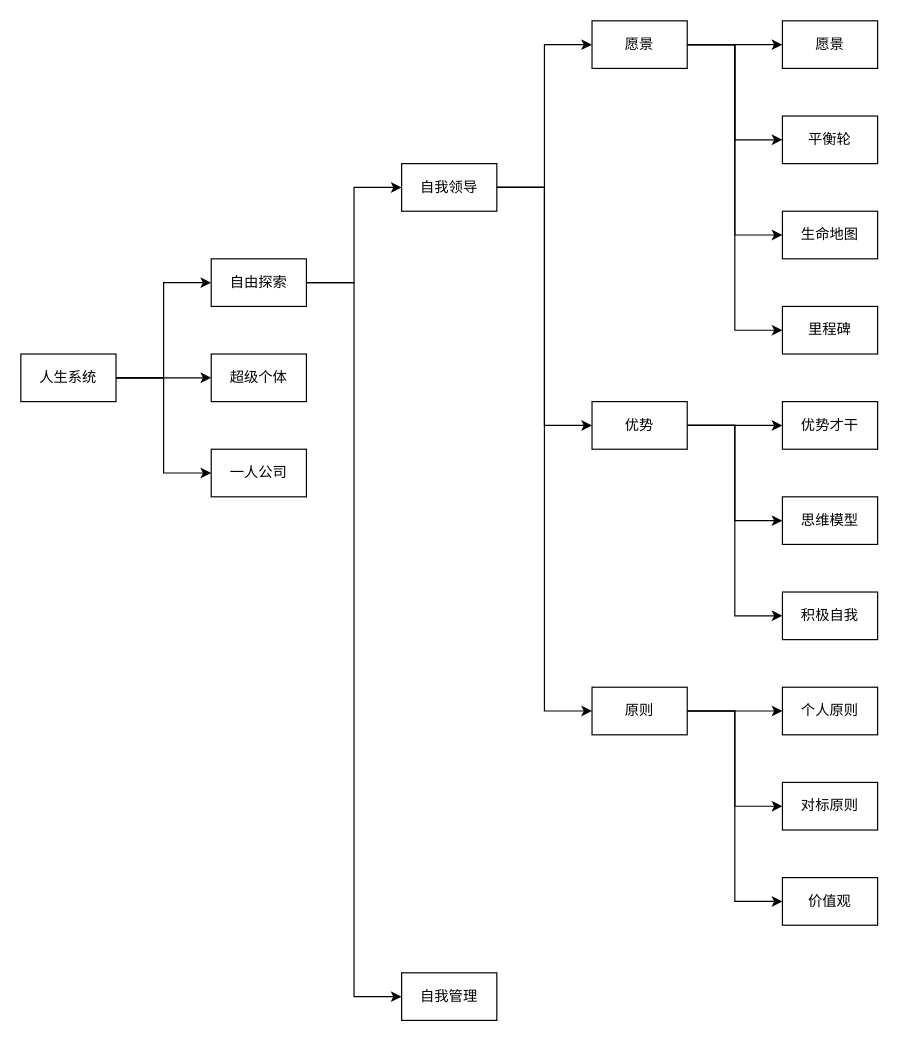
This is page "第 2 页" (2 of 2) of 人生系统.drawio from youyusan/life_system, a draw.io file, before an edit. Source tidied: cells renumbered, new cells numbered last; positions are measured from the earlier drawing's top-left corner, leaving out a move shared by most shapes. Both pictures are drawn from the tidied source at 119%, with x=0, y=0 at pixel (20, 20).
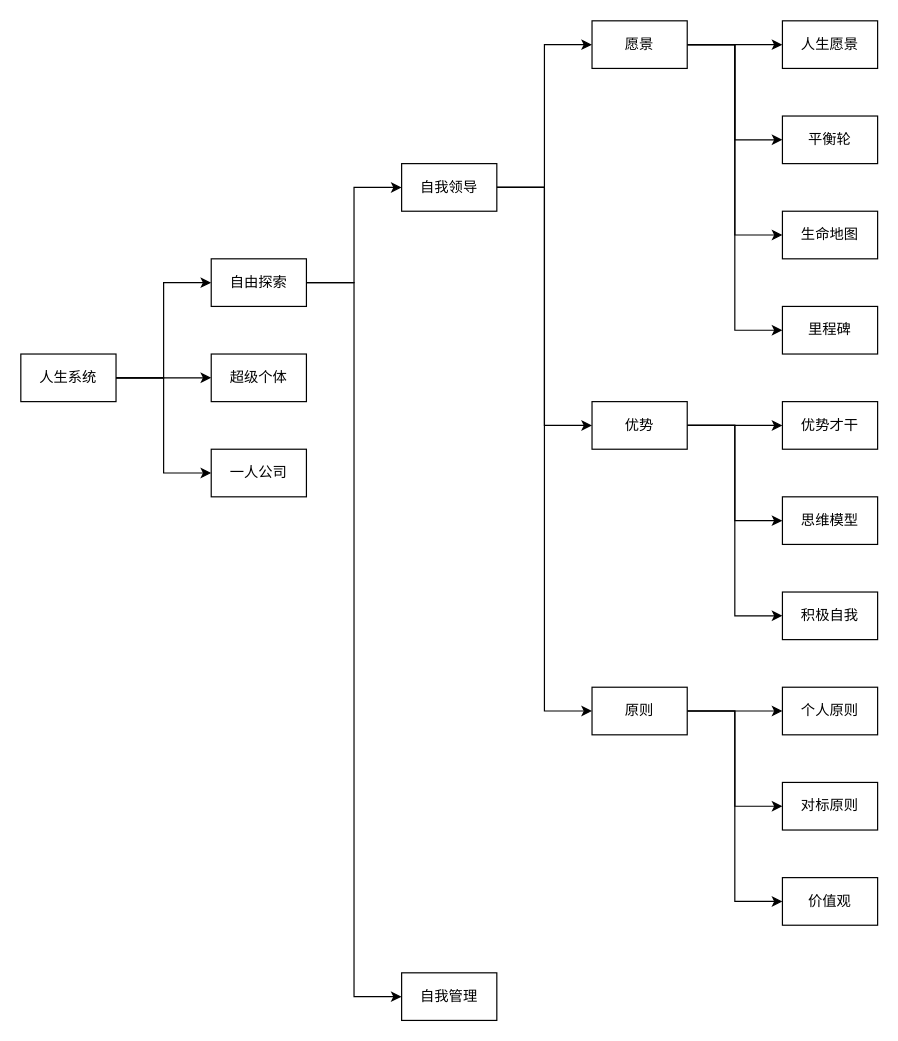
The same page after the edit.

Commit message:
更新人生系统.drawio

Diff of the diagram source:
```diff
@@
-    <mxCell id="29" value="愿景" style="rounded=0;whiteSpace=wrap;html=1;" parent="1" vertex="1">
+    <mxCell id="29" value="人生愿景" style="rounded=0;whiteSpace=wrap;html=1;" parent="1" vertex="1">
       <mxGeometry x="640" width="80" height="40" as="geometry" />
     </mxCell>
```
